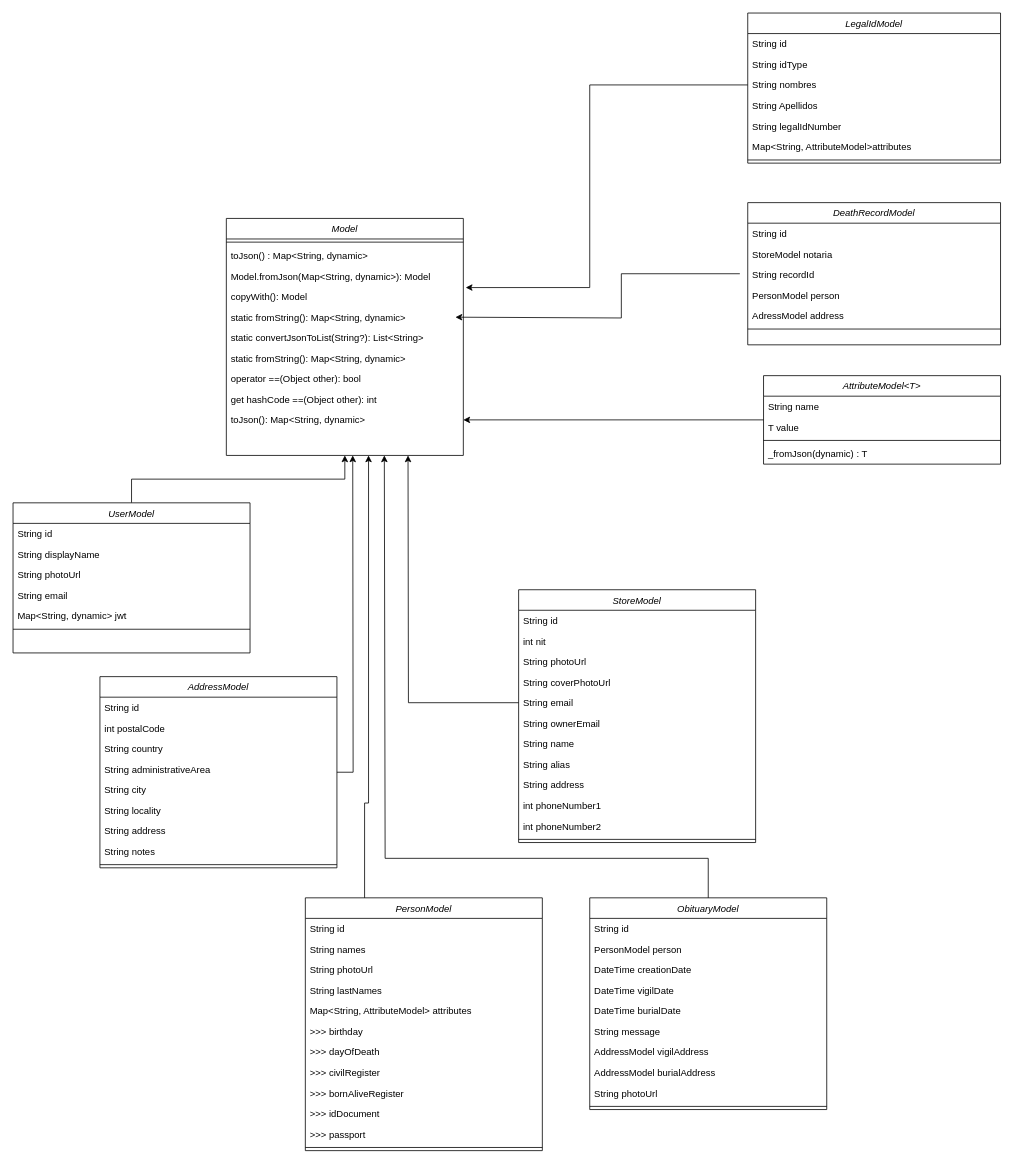
Before: uml/uml_diagrams.drawio in grupo-jocaagura/jocaagura_domain, a draw.io diagram. Source tidied: cells renumbered, new cells numbered last; positions are measured from the earlier drawing's top-left corner, leaving out a move shared by most shapes. Both pictures are drawn from the tidied source at 79%, with x=0, y=0 at pixel (13, 13).
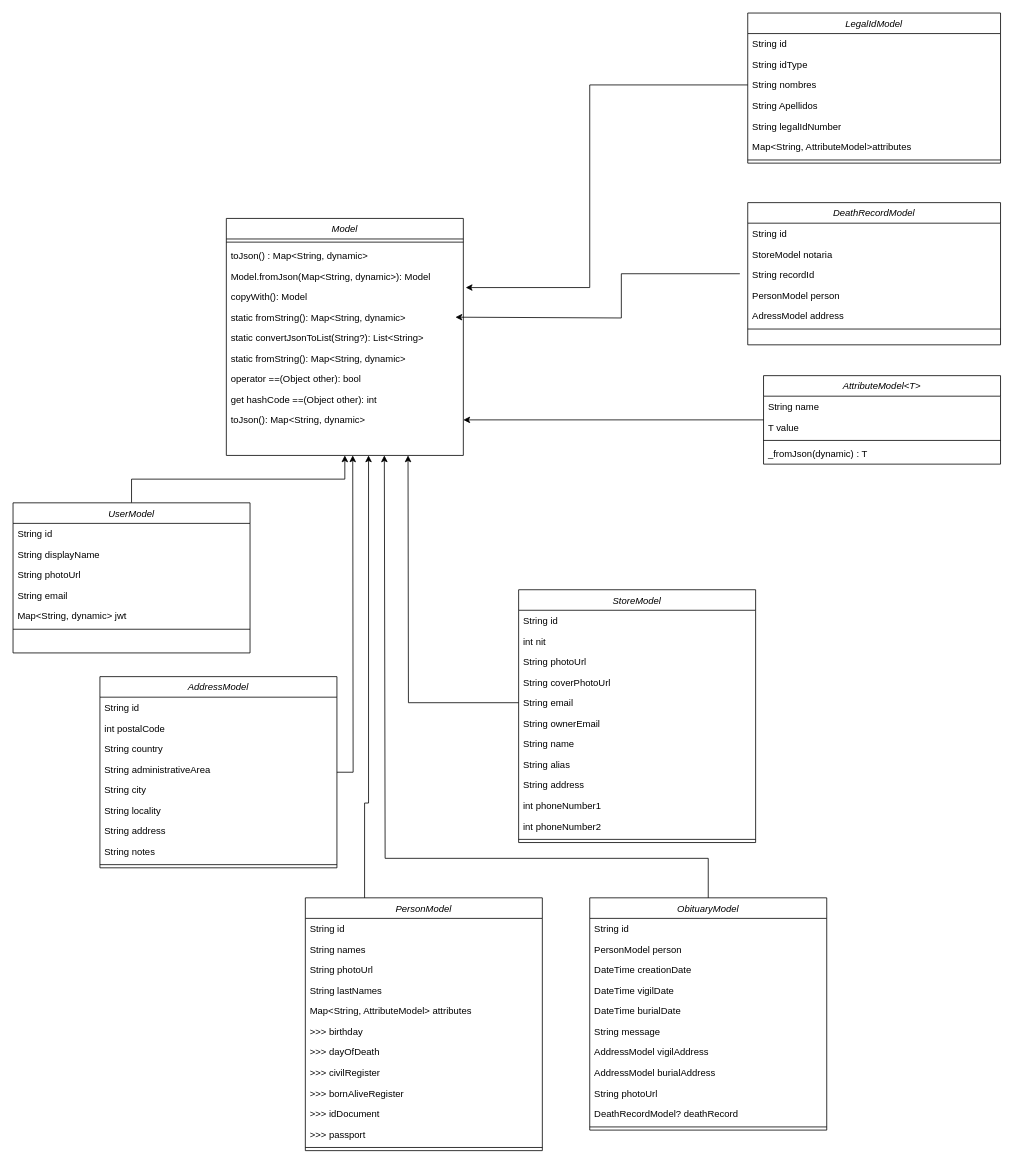
The same diagram, later.

Commit message (it also covers changes not shown here):
(fix): add DeathRecordModel in ObituaryModel

Change to the diagram source:
```diff
@@
     <mxCell id="52" value="ObituaryModel" style="swimlane;fontStyle=2;align=center;verticalAlign=top;horizontal=1;startSize=26;rounded=0;shadow=0;strokeWidth=1;" parent="1" vertex="1">
-      <mxGeometry x="730" y="1120" width="300" height="268" as="geometry" />
+      <mxGeometry x="730" y="1120" width="300" height="294" as="geometry" />
     </mxCell>
@@
+    <mxCell id="98" value="DeathRecordModel? deathRecord" style="text;align=left;verticalAlign=top;spacingLeft=4;spacingRight=4;overflow=hidden;" parent="52" vertex="1">
+      <mxGeometry y="260" width="300" height="26" as="geometry" />
+    </mxCell>
     <mxCell id="63" style="line;html=1;strokeWidth=1;align=left;verticalAlign=middle;spacingTop=-1;spacingLeft=3;spacingRight=3;labelPosition=right;" parent="52" vertex="1">
-      <mxGeometry y="260" width="300" height="8" as="geometry" />
+      <mxGeometry y="286" width="300" height="8" as="geometry" />
     </mxCell>
```
